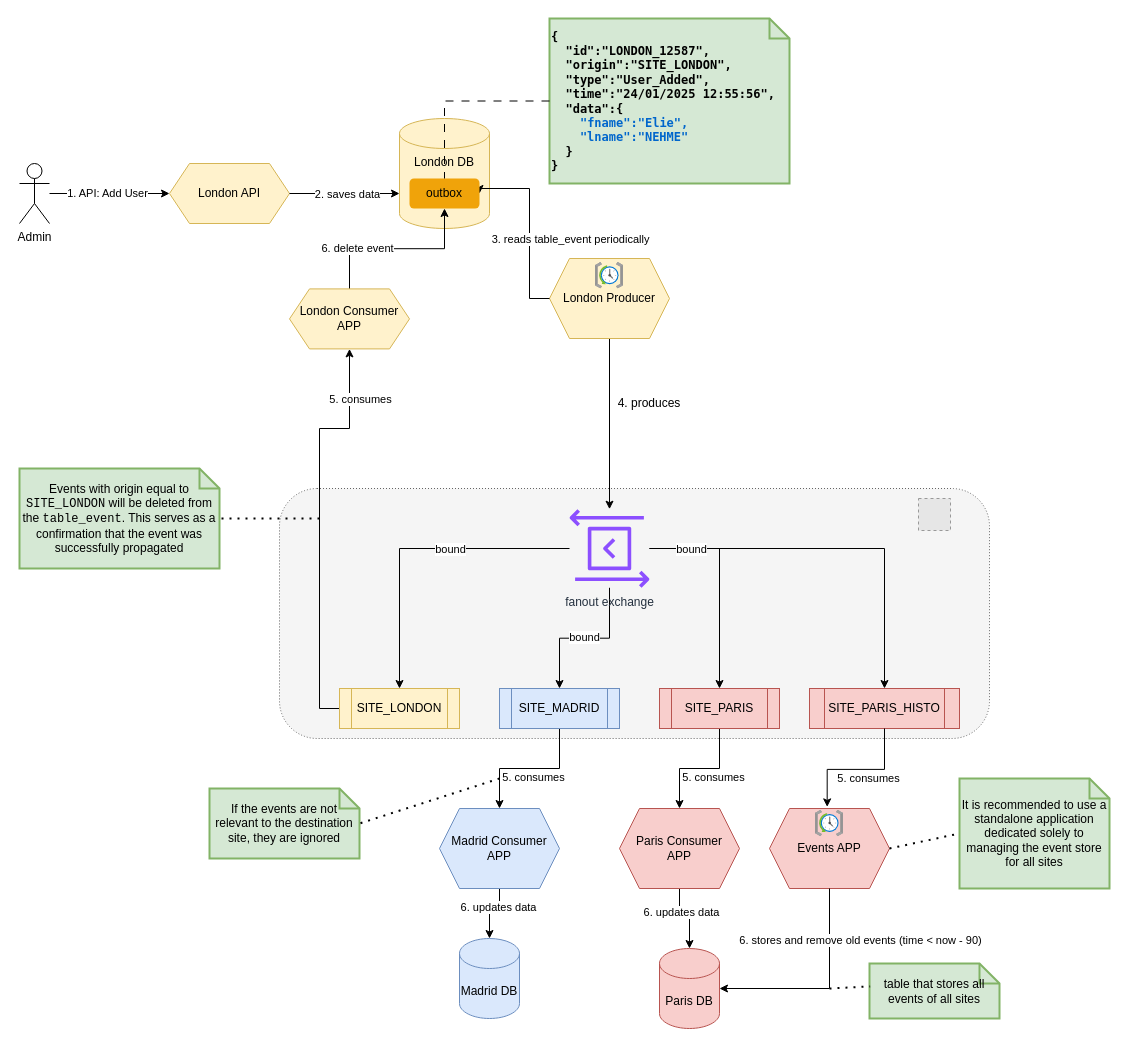
The draw.io diagram page "Simple-Archi" (3 of 3) of synch-db.drawio in elie29/rabbitmq-cluster-multi-site, before the edit. Source tidied: cells renumbered, new cells numbered last; positions are measured from the earlier drawing's top-left corner, leaving out a move shared by most shapes. Both pictures are drawn from the tidied source at 100%, with x=0, y=0 at pixel (19, 18). Pictures stored in the file or linked from it are replaced by grey dashed boxes.
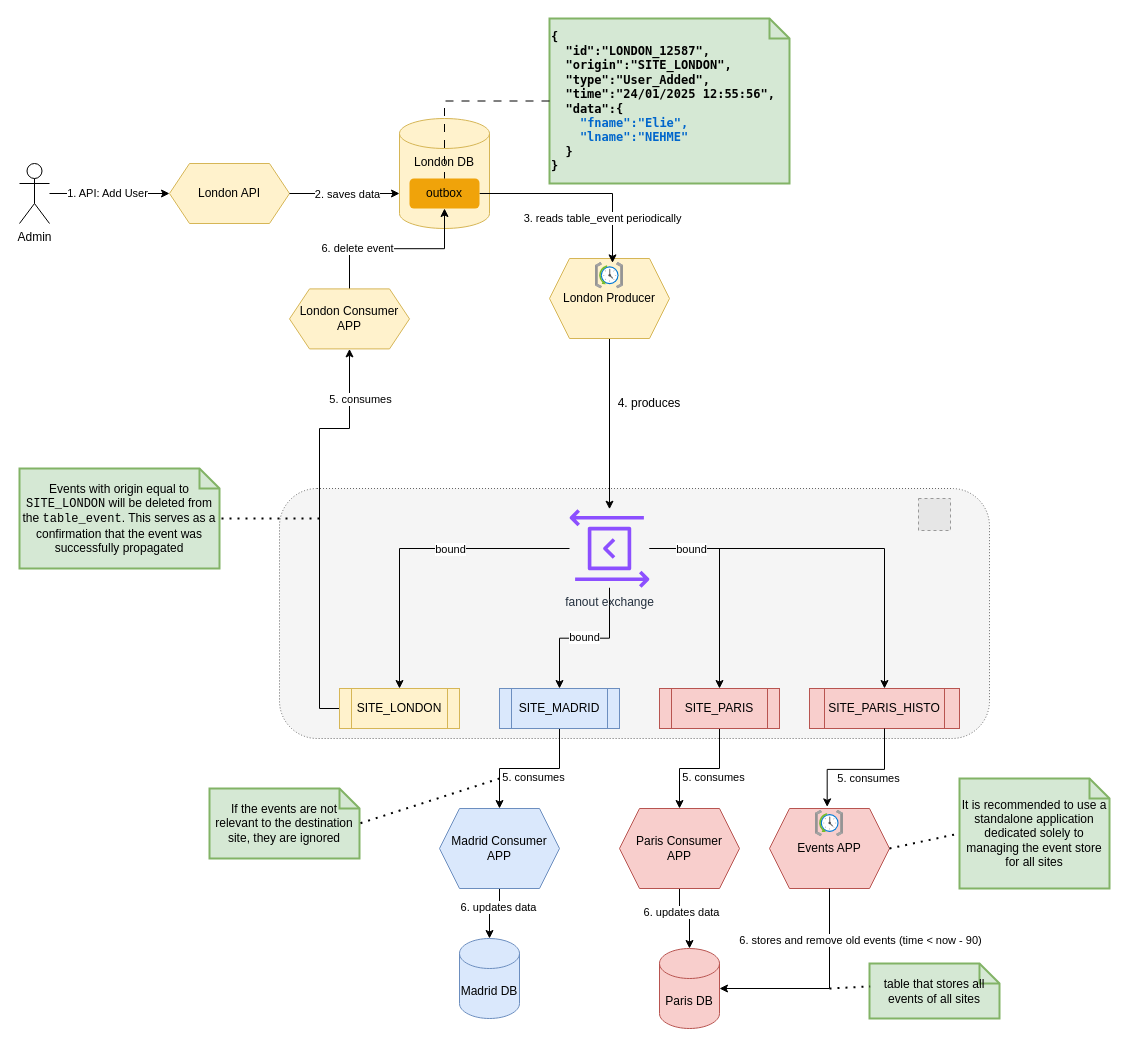
After the change.

Commit message:
🐛Correct reading flow

Unchanged cells that the change refers to:
```xml
<mxCell id="37" value="London Producer" style="shape=hexagon;perimeter=hexagonPerimeter2;whiteSpace=wrap;html=1;fixedSize=1;fillColor=#fff2cc;strokeColor=#d6b656;" parent="1" vertex="1">
  <mxGeometry x="530" y="240" width="120" height="80" as="geometry" />
</mxCell>
<mxCell id="55" style="image;html=1;points=[];align=center;fontSize=12;image=img/lib/azure2/management_governance/Scheduler_Job_Collections.svg;" parent="1" vertex="1">
  <mxGeometry x="576" y="244" width="28" height="26.4" as="geometry" />
</mxCell>
<mxCell id="57" value="outbox" style="rounded=1;whiteSpace=wrap;html=1;fillColor=#f0a30a;fontColor=#000000;strokeColor=none;rotation=0;" parent="1" vertex="1">
  <mxGeometry x="390" y="160" width="70" height="30" as="geometry" />
</mxCell>
```

Change to the diagram source:
```diff
@@
-    <mxCell id="38" style="edgeStyle=orthogonalEdgeStyle;rounded=0;jettySize=auto;html=1;entryX=1;entryY=0.5;entryDx=0;entryDy=0;" parent="1" edge="1" source="37" target="57">
-      <mxGeometry relative="1" as="geometry">
-        <Array as="points">
-          <mxPoint x="510" y="280" />
-          <mxPoint x="510" y="170" />
-          <mxPoint x="460" y="170" />
-        </Array>
-      </mxGeometry>
+    <mxCell id="38" style="rounded=0;jettySize=auto;html=1;endArrow=none;endFill=0;startArrow=classic;startFill=1;entryX=1;entryY=0.5;entryDx=0;entryDy=0;edgeStyle=orthogonalEdgeStyle;exitX=0.607;exitY=0.015;exitDx=0;exitDy=0;exitPerimeter=0;" parent="1" edge="1" source="55" target="57">
+      <mxGeometry relative="1" as="geometry" />
     </mxCell>
```
